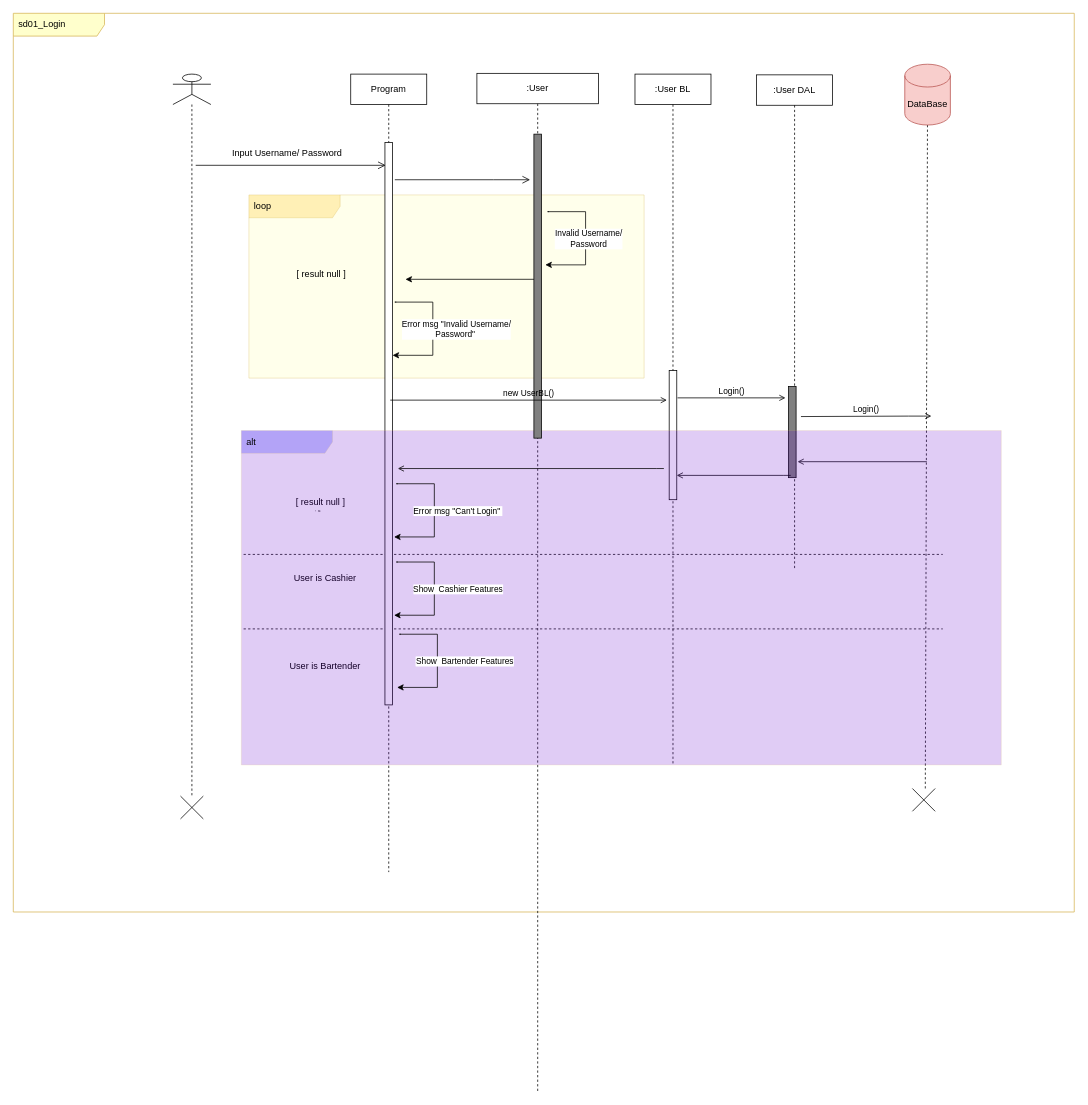
Earlier version of the draw.io diagram page "sd01_login" (5 of 9) of coffe.drawio (HungNguyen2890/Project-1). Source tidied: cells renumbered, new cells numbered last; positions are measured from the earlier drawing's top-left corner, leaving out a move shared by most shapes. Both pictures are drawn from the tidied source at 76%, with x=0, y=0 at pixel (13, 13).
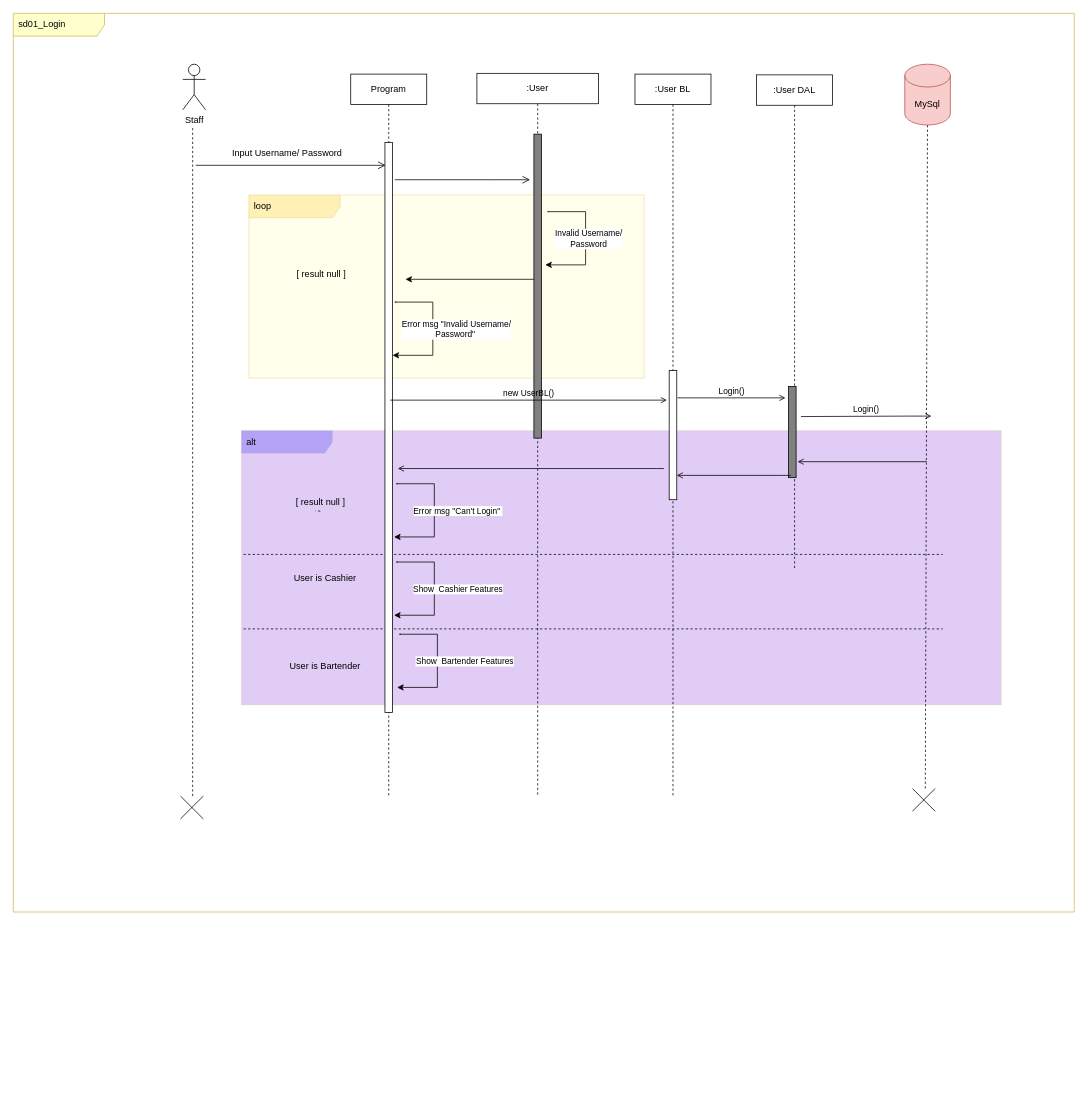
After the change.

Change to the diagram source:
```diff
@@
+    <mxCell id="3" value="sd01_Login" style="shape=umlFrame;whiteSpace=wrap;html=1;width=120;height=30;boundedLbl=1;verticalAlign=middle;align=left;spacingLeft=5;strokeColor=#D6B656;fillColor=#FFFFCC;gradientColor=none;swimlaneFillColor=default;" parent="1" vertex="1">
+      <mxGeometry width="1396" height="1182.5" as="geometry" />
+    </mxCell>
+    <mxCell id="31" value="alt" style="shape=umlFrame;whiteSpace=wrap;html=1;width=120;height=30;boundedLbl=1;verticalAlign=middle;align=left;spacingLeft=5;fillColor=#0000FF;strokeColor=#d6b656;swimlaneFillColor=#6600CC;opacity=20;" parent="1" vertex="1">
+      <mxGeometry x="300" y="549" width="1000" height="361" as="geometry" />
+    </mxCell>
@@
-    <mxCell id="3" value="sd01_Login" style="shape=umlFrame;whiteSpace=wrap;html=1;width=120;height=30;boundedLbl=1;verticalAlign=middle;align=left;spacingLeft=5;strokeColor=#D6B656;fillColor=#FFFFCC;gradientColor=none;" parent="1" vertex="1">
-      <mxGeometry width="1396" height="1182.5" as="geometry" />
-    </mxCell>
@@
     <mxCell id="6" value=":User BL" style="shape=umlLifeline;perimeter=lifelinePerimeter;whiteSpace=wrap;html=1;" parent="1" vertex="1">
-      <mxGeometry x="818" y="80" width="100" height="910" as="geometry" />
+      <mxGeometry x="818" y="80" width="100" height="950" as="geometry" />
     </mxCell>
@@
-    <mxCell id="8" style="shape=umlLifeline;participant=umlActor;perimeter=lifelinePerimeter;whiteSpace=wrap;html=1;verticalAlign=top;spacingTop=36;" parent="1" vertex="1">
-      <mxGeometry x="210" y="80" width="50" height="950" as="geometry" />
-    </mxCell>
@@
-    <mxCell id="11" value="DataBase" style="shape=cylinder3;whiteSpace=wrap;html=1;boundedLbl=1;backgroundOutline=1;size=15;fillColor=#f8cecc;strokeColor=#b85450;" parent="1" vertex="1">
+    <mxCell id="11" value="MySql" style="shape=cylinder3;whiteSpace=wrap;html=1;boundedLbl=1;backgroundOutline=1;size=15;fillColor=#f8cecc;strokeColor=#b85450;" parent="1" vertex="1">
       <mxGeometry x="1173" y="67" width="60" height="80" as="geometry" />
     </mxCell>
@@
     <mxCell id="24" value="Program" style="shape=umlLifeline;perimeter=lifelinePerimeter;whiteSpace=wrap;html=1;" parent="1" vertex="1">
-      <mxGeometry x="444" y="80" width="100" height="1050" as="geometry" />
+      <mxGeometry x="444" y="80" width="100" height="950" as="geometry" />
     </mxCell>
-    <mxCell id="25" style="html=1;perimeter=orthogonalPerimeter;" parent="24" vertex="1">
-      <mxGeometry x="45" y="90" width="10" height="740" as="geometry" />
-    </mxCell>
@@
+    <mxCell id="25" style="html=1;perimeter=orthogonalPerimeter;" parent="24" vertex="1">
+      <mxGeometry x="45" y="90" width="10" height="750" as="geometry" />
+    </mxCell>
     <mxCell id="30" value=":User" style="shape=umlLifeline;perimeter=lifelinePerimeter;whiteSpace=wrap;html=1;" parent="1" vertex="1">
-      <mxGeometry x="610" y="79" width="160" height="1340" as="geometry" />
+      <mxGeometry x="610" y="79" width="160" height="951" as="geometry" />
     </mxCell>
-    <mxCell id="31" value="alt" style="shape=umlFrame;whiteSpace=wrap;html=1;width=120;height=30;boundedLbl=1;verticalAlign=middle;align=left;spacingLeft=5;fillColor=#0000FF;strokeColor=#d6b656;swimlaneFillColor=#6600CC;opacity=20;" parent="30" vertex="1">
-      <mxGeometry x="-310" y="470" width="1000" height="440" as="geometry" />
-    </mxCell>
@@
+    <mxCell id="45" value="Staff" style="shape=umlActor;verticalLabelPosition=bottom;verticalAlign=top;html=1;" parent="1" vertex="1">
+      <mxGeometry x="223" y="67" width="30" height="60" as="geometry" />
+    </mxCell>
+    <mxCell id="46" style="endArrow=none;dashed=1;html=1;rounded=0;" parent="1" edge="1">
+      <mxGeometry relative="1" as="geometry">
+        <mxPoint x="236" y="1030" as="sourcePoint" />
+        <mxPoint x="236" y="150" as="targetPoint" />
+      </mxGeometry>
+    </mxCell>
```
